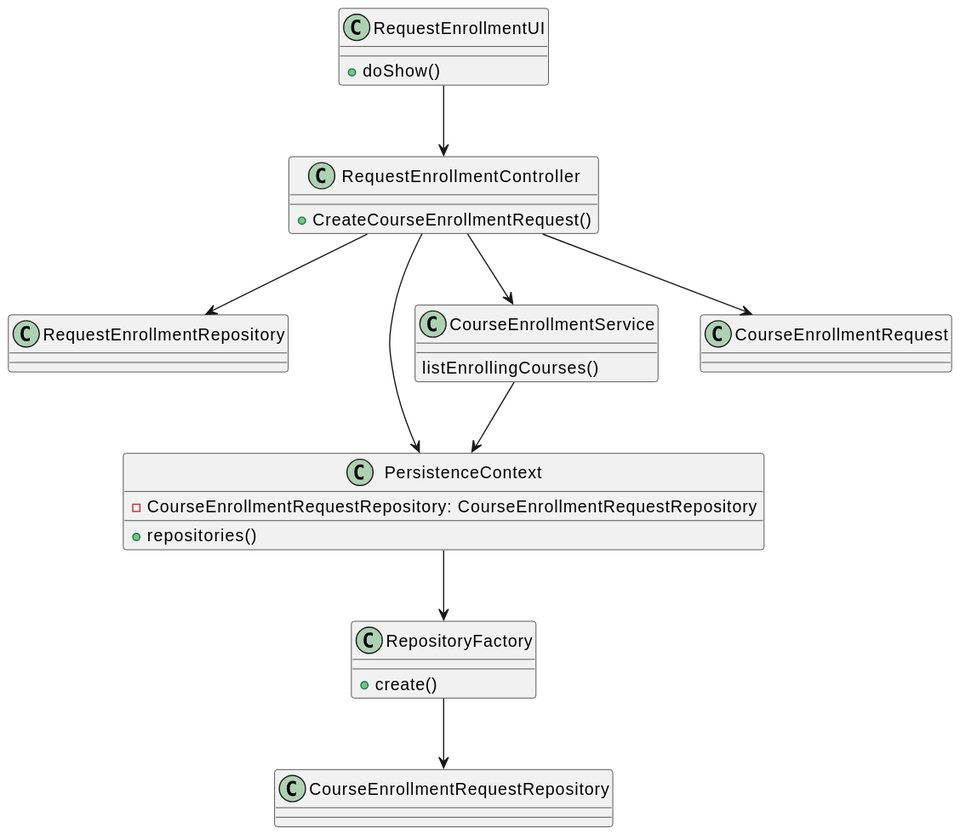
This is docs/SPRINT B/US1008 - Request Enrollment Course/US1008-CD.svg from mascenso/isep-sem4-lapr4, a PlantUML export, as it was before one commit. Its diagram source:
```plantuml
@startuml
class RequestEnrollmentUI {
    +doShow()
}

class RequestEnrollmentController {
    +CreateCourseEnrollmentRequest()
}

class RequestEnrollmentRepository {
}

class PersistenceContext {
    -CourseEnrollmentRequestRepository: CourseEnrollmentRequestRepository
    +repositories()
}

class RepositoryFactory {
    +create()
}

class CourseEnrollmentService {
    listEnrollingCourses()
}

class CourseEnrollmentRequest {
}

class CourseEnrollmentRequestRepository {
}

RequestEnrollmentUI --> RequestEnrollmentController
RequestEnrollmentController --> RequestEnrollmentRepository
RequestEnrollmentController --> PersistenceContext
RequestEnrollmentController --> CourseEnrollmentService
CourseEnrollmentService --> PersistenceContext
PersistenceContext --> RepositoryFactory
RepositoryFactory --> CourseEnrollmentRequestRepository
RequestEnrollmentController --> CourseEnrollmentRequest
@enduml
```
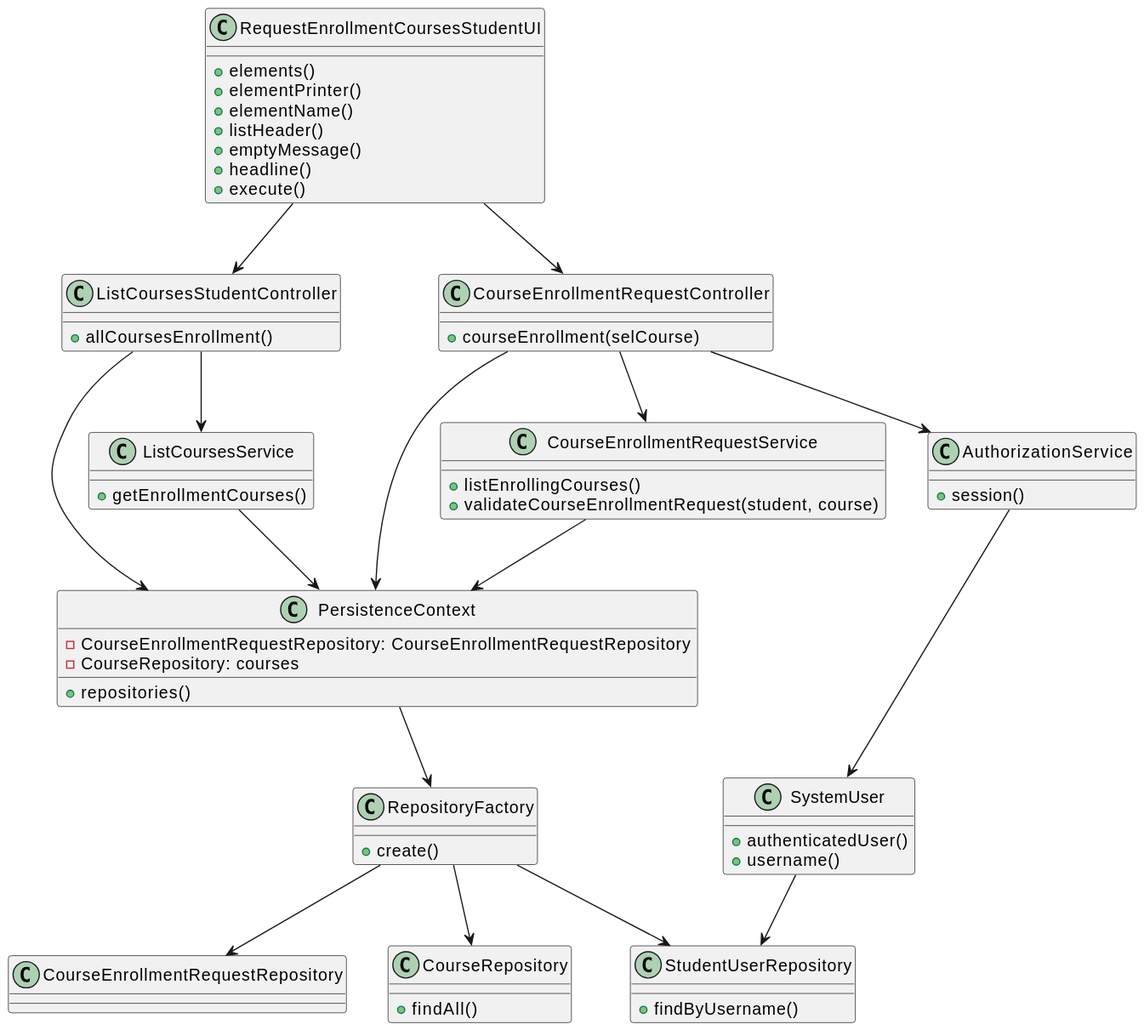
After the commit.

Diff of the diagram source:
```diff
@@ -1,17 +1,37 @@
 @startuml
-class RequestEnrollmentUI {
-    +doShow()
+class RequestEnrollmentCoursesStudentUI {
+    +elements()
+    +elementPrinter()
+    +elementName()
+    +listHeader()
+    +emptyMessage()
+    +headline()
+    +execute()
 }
 
-class RequestEnrollmentController {
-    +CreateCourseEnrollmentRequest()
+class ListCoursesStudentController {
+    +allCoursesEnrollment()
 }
 
-class RequestEnrollmentRepository {
+class CourseEnrollmentRequestController {
+    +courseEnrollment(selCourse)
+}
+
+class ListCoursesService {
+    +getEnrollmentCourses()
+}
+
+class StudentUserRepository {
+    +findByUsername()
+}
+
+class AuthorizationService {
+    +session()
 }
 
 class PersistenceContext {
     -CourseEnrollmentRequestRepository: CourseEnrollmentRequestRepository
+    -CourseRepository: courses
     +repositories()
 }
 
@@ -19,22 +39,36 @@
     +create()
 }
 
-class CourseEnrollmentService {
-    listEnrollingCourses()
-}
-
-class CourseEnrollmentRequest {
+class CourseEnrollmentRequestService {
+    +listEnrollingCourses()
+    +validateCourseEnrollmentRequest(student, course)
 }
 
 class CourseEnrollmentRequestRepository {
 }
 
-RequestEnrollmentUI --> RequestEnrollmentController
-RequestEnrollmentController --> RequestEnrollmentRepository
-RequestEnrollmentController --> PersistenceContext
-RequestEnrollmentController --> CourseEnrollmentService
-CourseEnrollmentService --> PersistenceContext
+class CourseRepository {
+    +findAll()
+}
+
+class SystemUser {
+    +authenticatedUser()
+    +username()
+}
+
+RequestEnrollmentCoursesStudentUI --> CourseEnrollmentRequestController
+RequestEnrollmentCoursesStudentUI --> ListCoursesStudentController
+ListCoursesStudentController --> ListCoursesService
+ListCoursesService --> PersistenceContext
+ListCoursesStudentController --> PersistenceContext
+CourseEnrollmentRequestController --> AuthorizationService
+CourseEnrollmentRequestController --> PersistenceContext
+AuthorizationService --> SystemUser
+SystemUser --> StudentUserRepository
 PersistenceContext --> RepositoryFactory
 RepositoryFactory --> CourseEnrollmentRequestRepository
-RequestEnrollmentController --> CourseEnrollmentRequest
+RepositoryFactory --> CourseRepository
+RepositoryFactory --> StudentUserRepository
+CourseEnrollmentRequestController --> CourseEnrollmentRequestService
+CourseEnrollmentRequestService --> PersistenceContext
 @enduml
```
